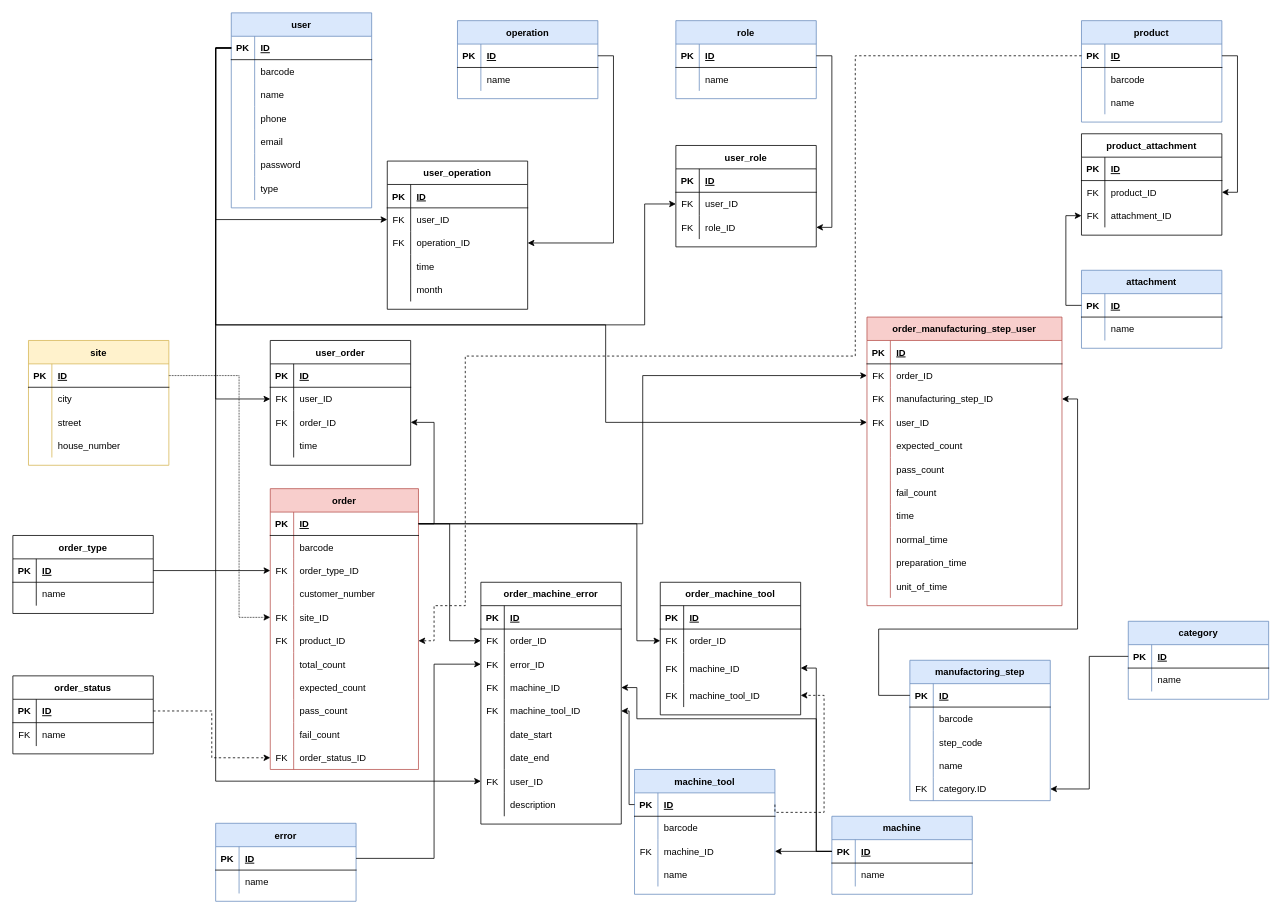
The draw.io diagram DOC/diagrams/database_plan_2_0_0.drawio in KerteszZoltan/mesterminal, before the edit. Source tidied: cells renumbered, new cells numbered last; positions are measured from the earlier drawing's top-left corner, leaving out a move shared by most shapes. Both pictures are drawn from the tidied source at 78%, with x=0, y=0 at pixel (12, 12).
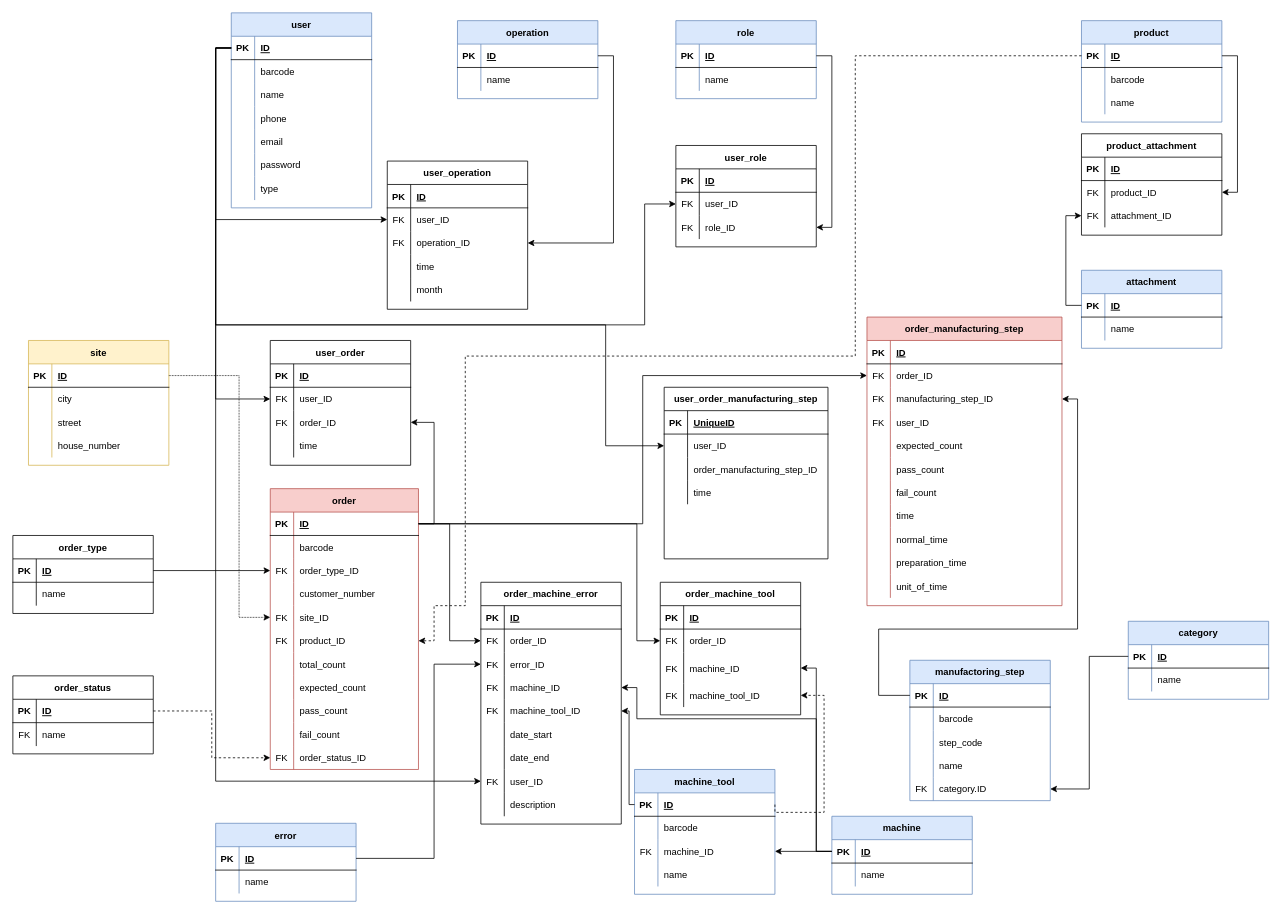
After the change.

Commit message:
user_order_manufacturing_step

The change refers to these unchanged cells:
```xml
<mxCell id="3" style="shape=partialRectangle;fillColor=none;top=0;left=0;bottom=1;right=0;points=[[0,0.5],[1,0.5]];portConstraint=eastwest;" parent="2" vertex="1">
  <mxGeometry y="30" width="180" height="30" as="geometry" />
</mxCell>
<mxCell id="258" style="shape=partialRectangle;fillColor=none;top=0;left=0;bottom=0;right=0;points=[[0,0.5],[1,0.5]];portConstraint=eastwest;" parent="248" vertex="1">
  <mxGeometry y="120" width="250" height="30" as="geometry" />
</mxCell>
```

The edit, as a diff of the source:
```diff
@@
-    <mxCell id="248" value="order_manufacturing_step_user" style="shape=table;startSize=30;childLayout=tableLayout;rowLines=0;fontStyle=1;align=center;fillColor=#f8cecc;strokeColor=#b85450;" parent="1" vertex="1">
+    <mxCell id="248" value="order_manufacturing_step" style="shape=table;startSize=30;childLayout=tableLayout;rowLines=0;fontStyle=1;align=center;fillColor=#f8cecc;strokeColor=#b85450;" parent="1" vertex="1">
       <mxGeometry x="1095" y="390" width="250" height="370" as="geometry" />
     </mxCell>
@@
-    <mxCell id="314" style="edgeStyle=orthogonalEdgeStyle;rounded=0;jettySize=auto;html=1;exitX=0;exitY=0.5;exitDx=0;exitDy=0;entryX=0;entryY=0.5;entryDx=0;entryDy=0;" parent="1" edge="1" source="3" target="258">
+    <mxCell id="314" style="edgeStyle=orthogonalEdgeStyle;rounded=0;jettySize=auto;html=1;exitX=0;exitY=0.5;exitDx=0;exitDy=0;entryX=0;entryY=0.5;entryDx=0;entryDy=0;" parent="1" edge="1" source="3" target="319">
       <mxGeometry relative="1" as="geometry">
         <Array as="points">
           <mxPoint x="260" y="45" />
           <mxPoint x="260" y="400" />
           <mxPoint x="760" y="400" />
-          <mxPoint x="760" y="525" />
+          <mxPoint x="760" y="555" />
         </Array>
       </mxGeometry>
     </mxCell>
+    <mxCell id="315" value="user_order_manufacturing_step" style="shape=table;startSize=30;childLayout=tableLayout;rowLines=0;fontStyle=1;align=center;" parent="1" vertex="1">
+      <mxGeometry x="835" y="480" width="210" height="220" as="geometry" />
+    </mxCell>
+    <mxCell id="316" style="shape=partialRectangle;fillColor=none;top=0;left=0;bottom=1;right=0;" parent="315" vertex="1">
+      <mxGeometry y="30" width="210" height="30" as="geometry" />
+    </mxCell>
+    <mxCell id="317" value="PK" style="shape=partialRectangle;fillColor=none;top=0;left=0;bottom=0;right=0;fontStyle=1;overflow=hidden;" parent="316" vertex="1">
+      <mxGeometry width="30" height="30" as="geometry" />
+    </mxCell>
+    <mxCell id="318" value="UniqueID" style="shape=partialRectangle;fillColor=none;top=0;left=0;bottom=0;right=0;align=left;spacingLeft=6;fontStyle=5;overflow=hidden;" parent="316" vertex="1">
+      <mxGeometry x="30" width="180" height="30" as="geometry" />
+    </mxCell>
+    <mxCell id="319" style="shape=partialRectangle;fillColor=none;top=0;left=0;bottom=0;right=0;points=[[0,0.5],[1,0.5]];portConstraint=eastwest;" parent="315" vertex="1">
+      <mxGeometry y="60" width="210" height="30" as="geometry" />
+    </mxCell>
+    <mxCell id="320" style="shape=partialRectangle;fillColor=none;top=0;left=0;bottom=0;right=0;overflow=hidden;" parent="319" vertex="1">
+      <mxGeometry width="30" height="30" as="geometry" />
+    </mxCell>
+    <mxCell id="321" value="user_ID" style="shape=partialRectangle;fillColor=none;top=0;left=0;bottom=0;right=0;align=left;spacingLeft=6;overflow=hidden;" parent="319" vertex="1">
+      <mxGeometry x="30" width="180" height="30" as="geometry" />
+    </mxCell>
+    <mxCell id="322" style="shape=partialRectangle;fillColor=none;top=0;left=0;bottom=0;right=0;" parent="315" vertex="1">
+      <mxGeometry y="90" width="210" height="30" as="geometry" />
+    </mxCell>
+    <mxCell id="323" style="shape=partialRectangle;fillColor=none;top=0;left=0;bottom=0;right=0;overflow=hidden;" parent="322" vertex="1">
+      <mxGeometry width="30" height="30" as="geometry" />
+    </mxCell>
+    <mxCell id="324" value="order_manufacturing_step_ID" style="shape=partialRectangle;fillColor=none;top=0;left=0;bottom=0;right=0;align=left;spacingLeft=6;overflow=hidden;" parent="322" vertex="1">
+      <mxGeometry x="30" width="180" height="30" as="geometry" />
+    </mxCell>
+    <mxCell id="325" style="shape=partialRectangle;fillColor=none;top=0;left=0;bottom=0;right=0;" parent="315" vertex="1">
+      <mxGeometry y="120" width="210" height="30" as="geometry" />
+    </mxCell>
+    <mxCell id="326" style="shape=partialRectangle;fillColor=none;top=0;left=0;bottom=0;right=0;overflow=hidden;" parent="325" vertex="1">
+      <mxGeometry width="30" height="30" as="geometry" />
+    </mxCell>
+    <mxCell id="327" value="time" style="shape=partialRectangle;fillColor=none;top=0;left=0;bottom=0;right=0;align=left;spacingLeft=6;overflow=hidden;" parent="325" vertex="1">
+      <mxGeometry x="30" width="180" height="30" as="geometry" />
+    </mxCell>
```
